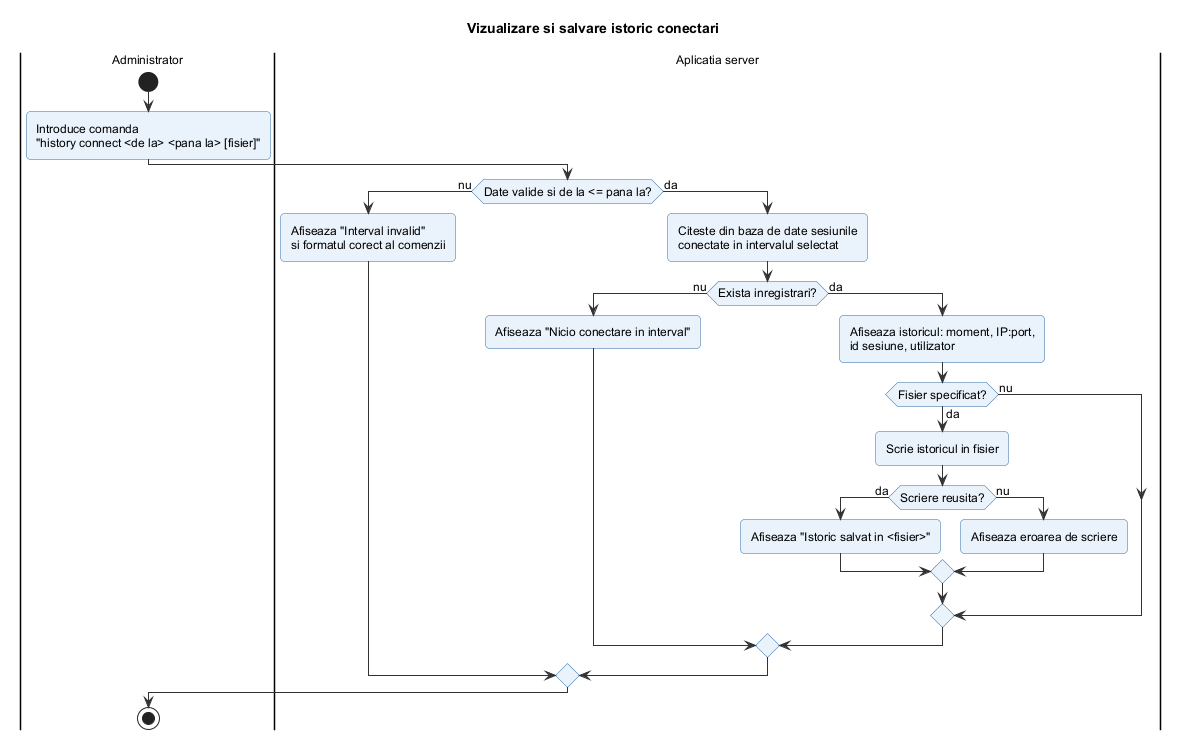
This is docs/diagrame/2_activitati/istoric_conectari.png from filip-eanu/ProiectIS, a PlantUML export, as it was before one commit.
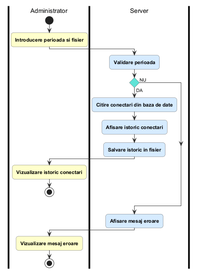
Above is the later version.

The edit, as a diff of the source:
```diff
@@ -1,34 +1,23 @@
 @startuml istoric_conectari
-!include ../_stil.iuml
-title Vizualizare si salvare istoric conectari
+!include ../_stil_activitati.iuml
 
 |Administrator|
 start
-:Introduce comanda
-"history connect <de la> <pana la> [fisier]";
-|Aplicatia server|
-if (Date valide si de la <= pana la?) then (nu)
-  :Afiseaza "Interval invalid"
-  si formatul corect al comenzii;
-else (da)
-  :Citeste din baza de date sesiunile
-  conectate in intervalul selectat;
-  if (Exista inregistrari?) then (nu)
-    :Afiseaza "Nicio conectare in interval";
-  else (da)
-    :Afiseaza istoricul: moment, IP:port,
-    id sesiune, utilizator;
-    if (Fisier specificat?) then (da)
-      :Scrie istoricul in fisier;
-      if (Scriere reusita?) then (da)
-        :Afiseaza "Istoric salvat in <fisier>";
-      else (nu)
-        :Afiseaza eroarea de scriere;
-      endif
-    else (nu)
-    endif
-  endif
+$A("Introducere perioada si fisier")
+|Server|
+$S("Validare perioada")
+if () then (DA)
+  $S("Citire conectari din baza de date")
+  $S("Afisare istoric conectari")
+  $S("Salvare istoric in fisier")
+  |Administrator|
+  $A("Vizualizare istoric conectari")
+  stop
+else (NU)
 endif
+|Server|
+$S("Afisare mesaj eroare")
 |Administrator|
+$A("Vizualizare mesaj eroare")
 stop
 @enduml
```
